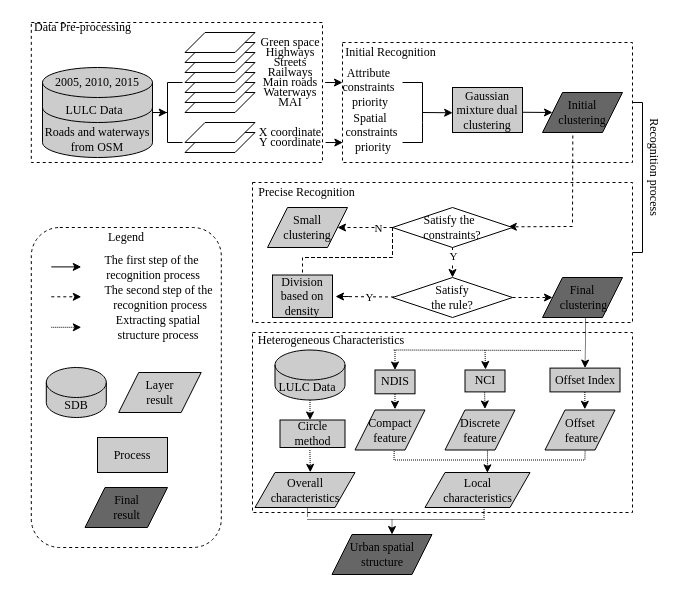
Above: Untitled Diagram.drawio in xiaotongtongxue/flowChar (draw.io), before the change. Source tidied: cells renumbered, new cells numbered last; positions are measured from the earlier drawing's top-left corner, leaving out a move shared by most shapes. Both pictures are drawn from the tidied source at 100%, with x=0, y=0 at pixel (17, 17).
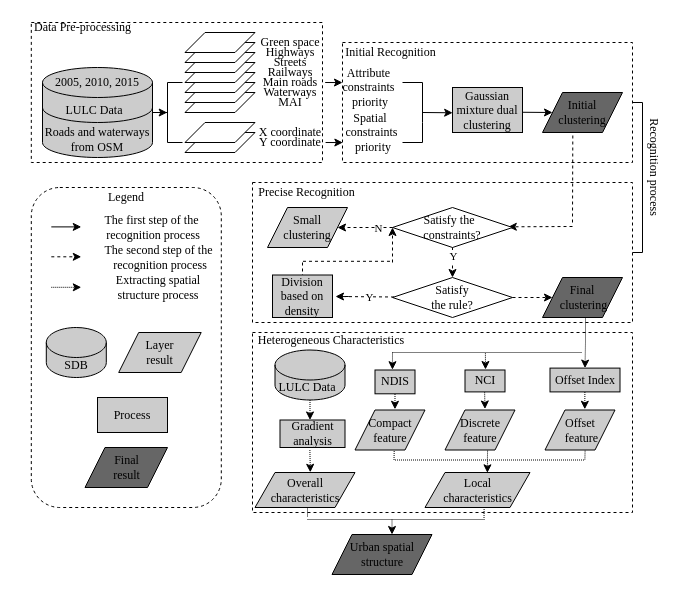
After the change.

The change refers to these unchanged cells:
```xml
<mxCell id="35" value="Satisfy the &amp;nbsp;&lt;br&gt;constraints?" style="rhombus;whiteSpace=wrap;html=1;strokeWidth=1;fontFamily=Times New Roman;fontColor=#000000;" parent="1" vertex="1">
  <mxGeometry x="375" y="190" width="120" height="40" as="geometry" />
</mxCell>
<mxCell id="46" value="Final&lt;br&gt;&amp;nbsp;clustering" style="shape=parallelogram;perimeter=parallelogramPerimeter;whiteSpace=wrap;html=1;fixedSize=1;strokeWidth=1;fontFamily=Times New Roman;fontColor=#000000;fillColor=#666666;" parent="1" vertex="1">
  <mxGeometry x="525" y="260" width="80" height="40" as="geometry" />
</mxCell>
<mxCell id="88" value="&lt;span style=&quot;font-family: &amp;#34;times new roman&amp;#34;&quot;&gt;NDIS&lt;/span&gt;" style="rounded=0;whiteSpace=wrap;html=1;fillColor=#CCCCCC;" parent="1" vertex="1">
  <mxGeometry x="357.5" y="352.5" width="40" height="23.8" as="geometry" />
</mxCell>
<mxCell id="90" value="&lt;span style=&quot;font-family: &amp;#34;times new roman&amp;#34;&quot;&gt;Offset Index&lt;/span&gt;" style="rounded=0;whiteSpace=wrap;html=1;fillColor=#CCCCCC;" parent="1" vertex="1">
  <mxGeometry x="532.5" y="350.6" width="70" height="23.8" as="geometry" />
</mxCell>
```

Diff of the diagram source:
```diff
@@
     <mxCell id="45" style="edgeStyle=orthogonalEdgeStyle;rounded=0;jettySize=auto;html=1;exitX=0.5;exitY=1;exitDx=0;exitDy=0;entryX=0.5;entryY=0;entryDx=0;entryDy=0;dashed=1;dashPattern=1 1;" parent="1" edge="1" source="46" target="90">
       <mxGeometry relative="1" as="geometry">
         <Array as="points">
           <mxPoint x="568" y="300" />
           <mxPoint x="568" y="325" />
-          <mxPoint x="568" y="325" />
+          <mxPoint x="567" y="325" />
         </Array>
       </mxGeometry>
     </mxCell>
@@
-    <mxCell id="51" style="endArrow=classic;html=1;fontFamily=Times New Roman;dashed=1;dashPattern=1 1;entryX=0.442;entryY=-0.023;entryDx=0;entryDy=0;entryPerimeter=0;" parent="1" edge="1">
+    <mxCell id="51" style="endArrow=classic;html=1;fontFamily=Times New Roman;dashed=1;dashPattern=1 1;entryX=0.442;entryY=-0.023;entryDx=0;entryDy=0;entryPerimeter=0;exitX=0.489;exitY=0.579;exitDx=0;exitDy=0;exitPerimeter=0;" parent="1" edge="1" source="104">
       <mxGeometry relative="1" as="geometry">
-        <mxPoint x="467.5" y="332.5" as="sourcePoint" />
         <mxPoint x="468" y="352" as="targetPoint" />
       </mxGeometry>
     </mxCell>
-    <mxCell id="52" style="endArrow=none;html=1;dashed=1;dashPattern=1 1;strokeWidth=1;fontFamily=Times New Roman;fontColor=#000000;" parent="1" edge="1">
-      <mxGeometry relative="1" as="geometry">
-        <mxPoint x="376.2" y="332.5" as="sourcePoint" />
-        <mxPoint x="563.8" y="333" as="targetPoint" />
-      </mxGeometry>
-    </mxCell>
-    <mxCell id="53" style="endArrow=classic;html=1;fontFamily=Times New Roman;dashed=1;dashPattern=1 1;entryX=0.5;entryY=0;entryDx=0;entryDy=0;" parent="1" edge="1">
-      <mxGeometry relative="1" as="geometry">
-        <mxPoint x="377.5" y="332.5" as="sourcePoint" />
-        <mxPoint x="377.5" y="352.5" as="targetPoint" />
-      </mxGeometry>
+    <mxCell id="53" style="endArrow=classic;html=1;fontFamily=Times New Roman;dashed=1;dashPattern=1 1;entryX=0.436;entryY=-0.012;entryDx=0;entryDy=0;exitX=0;exitY=0.5;exitDx=0;exitDy=0;exitPerimeter=0;entryPerimeter=0;" parent="1" edge="1" source="104" target="88">
+      <mxGeometry relative="1" as="geometry" />
     </mxCell>
@@
     <mxCell id="71" style="rounded=1;whiteSpace=wrap;html=1;strokeWidth=1;fontFamily=Times New Roman;fontColor=#000000;dashed=1;" parent="1" vertex="1">
-      <mxGeometry x="13.8" y="210" width="190" height="320" as="geometry" />
+      <mxGeometry x="13.8" y="170" width="190" height="320" as="geometry" />
     </mxCell>
     <mxCell id="72" style="endArrow=classic;html=1;fontFamily=Times New Roman;dashed=1;dashPattern=1 1;" parent="1" edge="1">
       <mxGeometry relative="1" as="geometry">
-        <mxPoint x="33.8" y="309.8" as="sourcePoint" />
-        <mxPoint x="63.8" y="309.8" as="targetPoint" />
+        <mxPoint x="33.8" y="269.8" as="sourcePoint" />
+        <mxPoint x="63.8" y="269.8" as="targetPoint" />
       </mxGeometry>
     </mxCell>
     <mxCell id="73" value="The first step of the&amp;nbsp;&lt;br&gt;recognition process" style="text;html=1;strokeColor=none;fillColor=none;align=center;verticalAlign=middle;whiteSpace=wrap;rounded=0;fontFamily=Times New Roman;" parent="1" vertex="1">
-      <mxGeometry x="71.2" y="240" width="130" height="20" as="geometry" />
+      <mxGeometry x="71.2" y="200" width="130" height="20" as="geometry" />
     </mxCell>
     <mxCell id="74" value="The second step of the&amp;nbsp;&lt;br&gt;recognition process" style="text;html=1;strokeColor=none;fillColor=none;align=center;verticalAlign=middle;whiteSpace=wrap;rounded=0;fontFamily=Times New Roman;" parent="1" vertex="1">
-      <mxGeometry x="67.5" y="270" width="150" height="20" as="geometry" />
+      <mxGeometry x="67.5" y="230" width="150" height="20" as="geometry" />
     </mxCell>
     <mxCell id="75" value="Extracting spatial structure process" style="text;html=1;strokeColor=none;fillColor=none;align=center;verticalAlign=middle;whiteSpace=wrap;rounded=0;fontFamily=Times New Roman;" parent="1" vertex="1">
-      <mxGeometry x="86.2" y="300" width="110" height="20" as="geometry" />
+      <mxGeometry x="86.2" y="260" width="110" height="20" as="geometry" />
     </mxCell>
     <mxCell id="76" value="SDB" style="shape=cylinder3;whiteSpace=wrap;html=1;boundedLbl=1;backgroundOutline=1;size=15;fontFamily=Times New Roman;fillColor=#CCCCCC;" parent="1" vertex="1">
-      <mxGeometry x="28.8" y="350" width="60" height="50" as="geometry" />
+      <mxGeometry x="28.8" y="310" width="60" height="50" as="geometry" />
     </mxCell>
     <mxCell id="77" value="Layer&lt;br&gt;result" style="shape=parallelogram;perimeter=parallelogramPerimeter;whiteSpace=wrap;html=1;fixedSize=1;strokeWidth=1;fontFamily=Times New Roman;fontColor=#000000;fillColor=#CCCCCC;" parent="1" vertex="1">
-      <mxGeometry x="101.2" y="355" width="82.5" height="40" as="geometry" />
+      <mxGeometry x="101.2" y="315" width="82.5" height="40" as="geometry" />
     </mxCell>
     <mxCell id="78" value="Final&lt;br&gt;result" style="shape=parallelogram;perimeter=parallelogramPerimeter;whiteSpace=wrap;html=1;fixedSize=1;strokeWidth=1;fontFamily=Times New Roman;fontColor=#000000;fillColor=#666666;" parent="1" vertex="1">
-      <mxGeometry x="67.5" y="470" width="82.5" height="40" as="geometry" />
+      <mxGeometry x="67.5" y="430" width="82.5" height="40" as="geometry" />
     </mxCell>
@@
     <mxCell id="81" value="Legend" style="text;html=1;strokeColor=none;fillColor=none;align=center;verticalAlign=middle;whiteSpace=wrap;rounded=0;fontFamily=Times New Roman;" parent="1" vertex="1">
-      <mxGeometry x="63.8" y="210" width="90" height="20" as="geometry" />
+      <mxGeometry x="63.8" y="170" width="90" height="20" as="geometry" />
     </mxCell>
     <mxCell id="82" style="endArrow=classic;html=1;fontFamily=Times New Roman;" parent="1" edge="1">
       <mxGeometry relative="1" as="geometry">
-        <mxPoint x="33.8" y="249.4" as="sourcePoint" />
-        <mxPoint x="63.8" y="249.4" as="targetPoint" />
+        <mxPoint x="33.8" y="209.4" as="sourcePoint" />
+        <mxPoint x="63.8" y="209.4" as="targetPoint" />
       </mxGeometry>
     </mxCell>
     <mxCell id="83" style="endArrow=classic;html=1;fontFamily=Times New Roman;dashed=1;" parent="1" edge="1">
       <mxGeometry relative="1" as="geometry">
-        <mxPoint x="33.8" y="279.3" as="sourcePoint" />
-        <mxPoint x="63.8" y="279.3" as="targetPoint" />
+        <mxPoint x="33.8" y="239.3" as="sourcePoint" />
+        <mxPoint x="63.8" y="239.3" as="targetPoint" />
         <Array as="points">
-          <mxPoint x="34.2" y="279.3" />
+          <mxPoint x="34.2" y="239.3" />
         </Array>
       </mxGeometry>
     </mxCell>
@@
     <mxCell id="85" value="&lt;span style=&quot;font-family: &amp;#34;times new roman&amp;#34;&quot;&gt;Process&lt;/span&gt;" style="rounded=0;whiteSpace=wrap;html=1;fillColor=#CCCCCC;" parent="1" vertex="1">
-      <mxGeometry x="80" y="420" width="70" height="35" as="geometry" />
+      <mxGeometry x="80" y="380" width="70" height="35" as="geometry" />
     </mxCell>
@@
-    <mxCell id="87" value="&lt;font face=&quot;times new roman&quot;&gt;Circle method&lt;/font&gt;" style="rounded=0;whiteSpace=wrap;html=1;fillColor=#CCCCCC;" parent="1" vertex="1">
+    <mxCell id="87" value="&lt;font face=&quot;times new roman&quot;&gt;Gradient analysis&lt;/font&gt;" style="rounded=0;whiteSpace=wrap;html=1;fillColor=#CCCCCC;" parent="1" vertex="1">
       <mxGeometry x="262.5" y="402.5" width="65" height="27.5" as="geometry" />
     </mxCell>
@@
-    <mxCell id="100" style="shape=partialRectangle;whiteSpace=wrap;html=1;top=0;left=0;fillColor=none;strokeWidth=1;dashed=1;shadow=0;horizontal=0;" parent="1" vertex="1">
-      <mxGeometry x="285" y="210" width="90" height="30" as="geometry" />
-    </mxCell>
     <mxCell id="101" style="line;strokeWidth=1;direction=south;html=1;perimeter=backbonePerimeter;shadow=0;dashed=1;fillColor=none;" parent="1" vertex="1">
-      <mxGeometry x="280" y="240" width="10" height="17.5" as="geometry" />
+      <mxGeometry x="280" y="245" width="10" height="12.5" as="geometry" />
     </mxCell>
@@
+    <mxCell id="104" style="line;strokeWidth=1;html=1;shadow=0;dashed=1;fillColor=none;dashPattern=1 1;" parent="1" vertex="1">
+      <mxGeometry x="375" y="330" width="190" height="10" as="geometry" />
+    </mxCell>
+    <mxCell id="105" style="endArrow=classic;html=1;fontFamily=Times New Roman;dashed=1;entryX=0;entryY=0.5;entryDx=0;entryDy=0;" parent="1" edge="1" target="35">
+      <mxGeometry relative="1" as="geometry">
+        <mxPoint x="375" y="245" as="sourcePoint" />
+      </mxGeometry>
+    </mxCell>
+    <mxCell id="106" style="line;strokeWidth=1;direction=south;html=1;perimeter=backbonePerimeter;shadow=0;dashed=1;fillColor=none;rotation=90;" parent="1" vertex="1">
+      <mxGeometry x="322.8" y="199.1" width="10" height="89.4" as="geometry" />
+    </mxCell>
```
